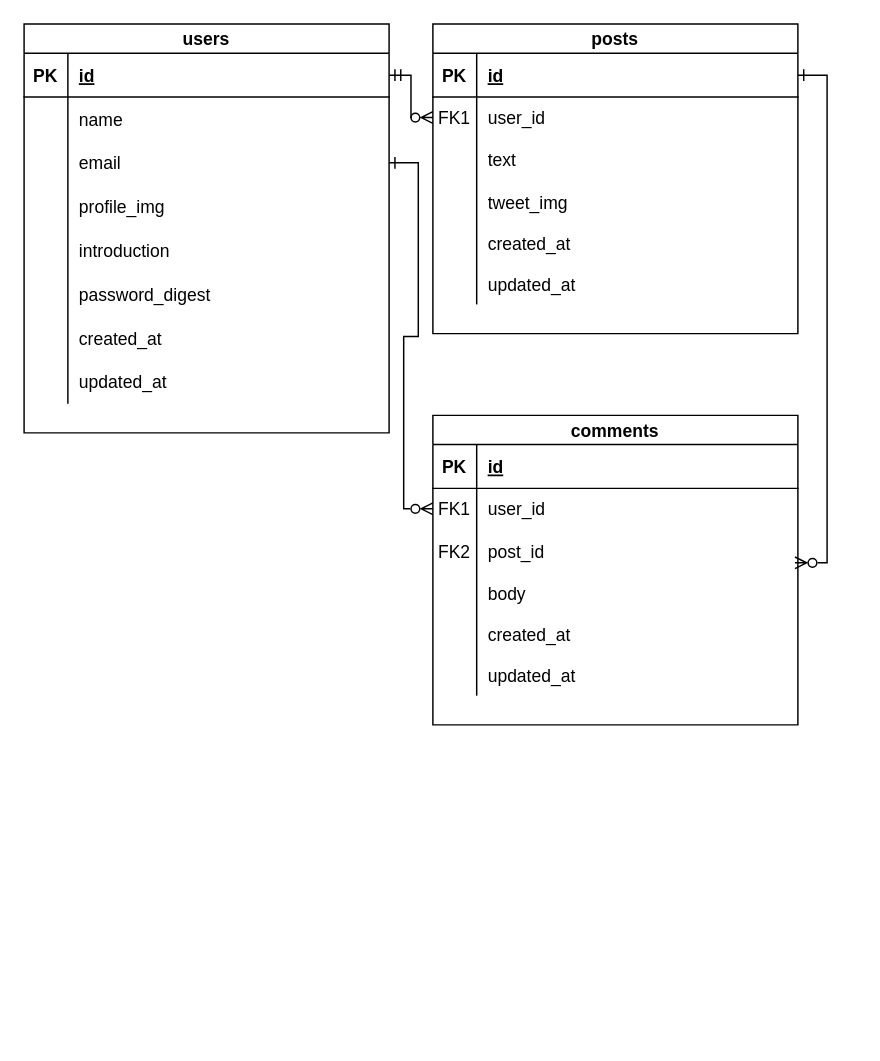
maouske0427/TIL keeps this draw.io diagram as conflict練習/RUNTEQ課題.drawio. Above is the earlier version. Source tidied: cells renumbered, new cells numbered last; positions are measured from the earlier drawing's top-left corner, leaving out a move shared by most shapes. Both pictures are drawn from the tidied source at 146%, with x=0, y=0 at pixel (23, 23).
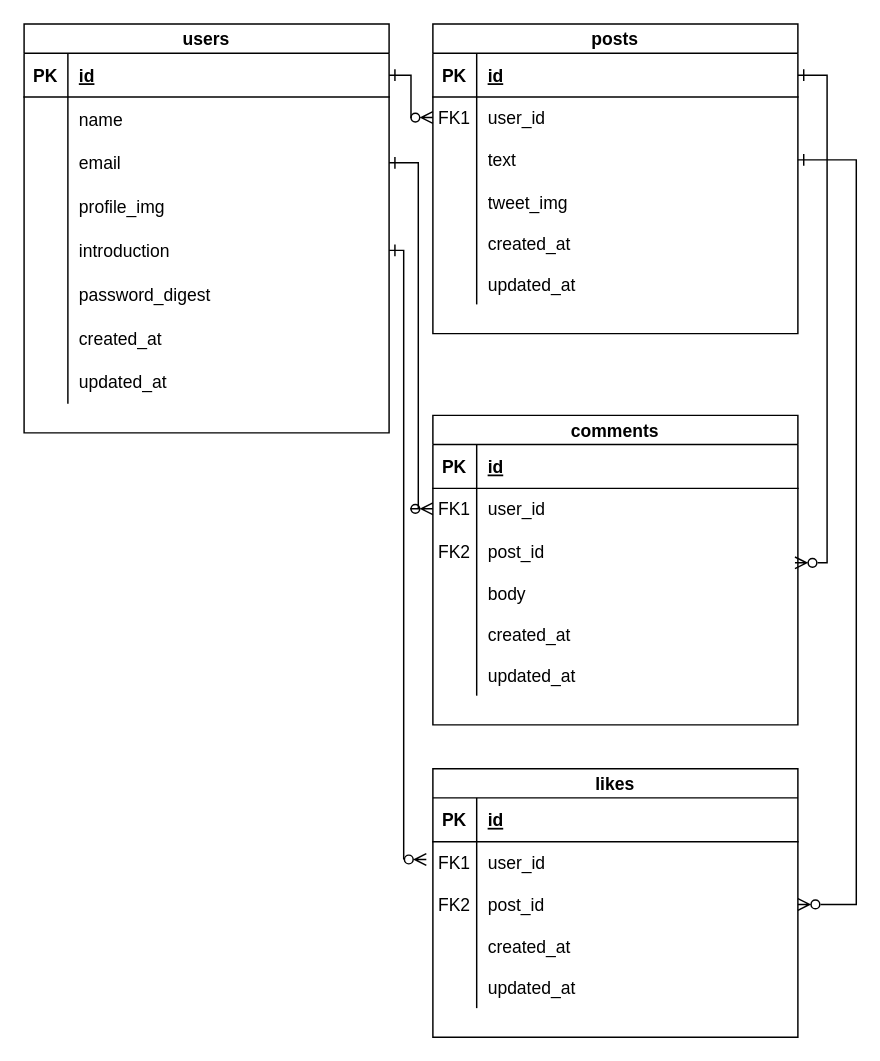
After the change.

Commit message:
RUNTEQ課題.drawio を更新します

Unchanged cells that the change refers to:
```xml
<mxCell id="4" style="shape=partialRectangle;fillColor=none;points=[[0,0.5],[1,0.5]];portConstraint=eastwest;top=0;left=0;right=0;bottom=1;" parent="3" vertex="1">
  <mxGeometry y="20" width="250" height="30" as="geometry" />
</mxCell>
<mxCell id="10" style="shape=partialRectangle;fillColor=none;points=[[0,0.5],[1,0.5]];portConstraint=eastwest;top=0;left=0;right=0;bottom=0;" parent="3" vertex="1">
  <mxGeometry y="80" width="250" height="30" as="geometry" />
</mxCell>
<mxCell id="16" style="shape=partialRectangle;fillColor=none;points=[[0,0.5],[1,0.5]];portConstraint=eastwest;top=0;left=0;right=0;bottom=0;" parent="3" vertex="1">
  <mxGeometry y="140" width="250" height="30" as="geometry" />
</mxCell>
<mxCell id="32" style="shape=partialRectangle;fillColor=none;points=[[0,0.5],[1,0.5]];portConstraint=eastwest;top=0;left=0;right=0;bottom=0;" parent="28" vertex="1">
  <mxGeometry y="50" width="250" height="28" as="geometry" />
</mxCell>
<mxCell id="35" style="shape=partialRectangle;fillColor=none;points=[[0,0.5],[1,0.5]];portConstraint=eastwest;top=0;left=0;right=0;bottom=0;" parent="28" vertex="1">
  <mxGeometry y="78" width="250" height="30" as="geometry" />
</mxCell>
<mxCell id="51" style="shape=partialRectangle;fillColor=none;points=[[0,0.5],[1,0.5]];portConstraint=eastwest;top=0;left=0;right=0;bottom=0;" parent="47" vertex="1">
  <mxGeometry y="50" width="250" height="28" as="geometry" />
</mxCell>
```

Change to the diagram source:
```diff
@@
-    <mxCell id="2" style="edgeStyle=elbowEdgeStyle;rounded=0;jettySize=auto;html=1;entryX=0;entryY=0.5;entryDx=0;entryDy=0;startArrow=ERmandOne;startFill=0;endArrow=ERzeroToMany;endFill=0;exitX=1;exitY=0.5;exitDx=0;exitDy=0;" parent="1" edge="1" source="4" target="32">
+    <mxCell id="2" style="edgeStyle=elbowEdgeStyle;rounded=0;jettySize=auto;html=1;entryX=0;entryY=0.5;entryDx=0;entryDy=0;startArrow=ERone;startFill=0;endArrow=ERzeroToMany;endFill=0;exitX=1;exitY=0.5;exitDx=0;exitDy=0;" parent="1" edge="1" source="4" target="32">
       <mxGeometry relative="1" as="geometry" />
     </mxCell>
@@
     <mxCell id="66" style="edgeStyle=orthogonalEdgeStyle;rounded=0;jettySize=auto;html=1;endArrow=ERzeroToMany;endFill=0;startArrow=ERone;startFill=0;" parent="1" edge="1" source="10" target="51">
-      <mxGeometry relative="1" as="geometry" />
+      <mxGeometry relative="1" as="geometry">
+        <Array as="points">
+          <mxPoint x="270" y="95" />
+          <mxPoint x="270" y="332" />
+        </Array>
+      </mxGeometry>
     </mxCell>
@@
+    <mxCell id="68" value="likes" style="shape=table;startSize=20;childLayout=tableLayout;rowLines=0;fontStyle=1;align=center;" parent="1" vertex="1">
+      <mxGeometry x="280" y="510" width="250" height="184" as="geometry" />
+    </mxCell>
+    <mxCell id="69" style="shape=partialRectangle;fillColor=none;top=0;left=0;right=0;bottom=1;" parent="68" vertex="1">
+      <mxGeometry y="20" width="250" height="30" as="geometry" />
+    </mxCell>
+    <mxCell id="70" value="PK" style="shape=partialRectangle;overflow=hidden;fillColor=none;top=0;left=0;bottom=0;right=0;fontStyle=1;" parent="69" vertex="1">
+      <mxGeometry width="30" height="30" as="geometry" />
+    </mxCell>
+    <mxCell id="71" value="id" style="shape=partialRectangle;overflow=hidden;fillColor=none;top=0;left=0;bottom=0;right=0;align=left;spacingLeft=6;fontStyle=5;" parent="69" vertex="1">
+      <mxGeometry x="30" width="220" height="30" as="geometry" />
+    </mxCell>
+    <mxCell id="72" style="shape=partialRectangle;fillColor=none;points=[[0,0.5],[1,0.5]];portConstraint=eastwest;top=0;left=0;right=0;bottom=0;" parent="68" vertex="1">
+      <mxGeometry y="50" width="250" height="28" as="geometry" />
+    </mxCell>
+    <mxCell id="73" value="FK1" style="shape=partialRectangle;overflow=hidden;fillColor=none;top=0;left=0;bottom=0;right=0;" parent="72" vertex="1">
+      <mxGeometry width="30" height="28" as="geometry" />
+    </mxCell>
+    <mxCell id="74" value="user_id" style="shape=partialRectangle;overflow=hidden;fillColor=none;top=0;left=0;bottom=0;right=0;align=left;spacingLeft=6;" parent="72" vertex="1">
+      <mxGeometry x="30" width="220" height="28" as="geometry" />
+    </mxCell>
+    <mxCell id="75" style="shape=partialRectangle;fillColor=none;points=[[0,0.5],[1,0.5]];portConstraint=eastwest;top=0;left=0;right=0;bottom=0;" parent="68" vertex="1">
+      <mxGeometry y="78" width="250" height="30" as="geometry" />
+    </mxCell>
+    <mxCell id="76" value="FK2" style="shape=partialRectangle;overflow=hidden;fillColor=none;top=0;left=0;bottom=0;right=0;" parent="75" vertex="1">
+      <mxGeometry width="30" height="30" as="geometry" />
+    </mxCell>
+    <mxCell id="77" value="post_id" style="shape=partialRectangle;overflow=hidden;fillColor=none;top=0;left=0;bottom=0;right=0;align=left;spacingLeft=6;" parent="75" vertex="1">
+      <mxGeometry x="30" width="220" height="30" as="geometry" />
+    </mxCell>
+    <mxCell id="78" style="shape=partialRectangle;fillColor=none;top=0;left=0;right=0;bottom=0;" parent="68" vertex="1">
+      <mxGeometry y="108" width="250" height="28" as="geometry" />
+    </mxCell>
+    <mxCell id="79" style="shape=partialRectangle;overflow=hidden;fillColor=none;top=0;left=0;bottom=0;right=0;" parent="78" vertex="1">
+      <mxGeometry width="30" height="28" as="geometry" />
+    </mxCell>
+    <mxCell id="80" value="created_at" style="shape=partialRectangle;overflow=hidden;fillColor=none;top=0;left=0;bottom=0;right=0;align=left;spacingLeft=6;" parent="78" vertex="1">
+      <mxGeometry x="30" width="220" height="28" as="geometry" />
+    </mxCell>
+    <mxCell id="81" style="shape=partialRectangle;fillColor=none;top=0;left=0;right=0;bottom=0;" parent="68" vertex="1">
+      <mxGeometry y="136" width="250" height="28" as="geometry" />
+    </mxCell>
+    <mxCell id="82" style="shape=partialRectangle;overflow=hidden;fillColor=none;top=0;left=0;bottom=0;right=0;" parent="81" vertex="1">
+      <mxGeometry width="30" height="28" as="geometry" />
+    </mxCell>
+    <mxCell id="83" value="updated_at" style="shape=partialRectangle;overflow=hidden;fillColor=none;top=0;left=0;bottom=0;right=0;align=left;spacingLeft=6;" parent="81" vertex="1">
+      <mxGeometry x="30" width="220" height="28" as="geometry" />
+    </mxCell>
+    <mxCell id="84" style="edgeStyle=orthogonalEdgeStyle;rounded=0;jettySize=auto;html=1;entryX=-0.018;entryY=0.436;entryDx=0;entryDy=0;entryPerimeter=0;startArrow=ERone;startFill=0;endArrow=ERzeroToMany;endFill=0;" parent="1" edge="1" source="16" target="72">
+      <mxGeometry relative="1" as="geometry">
+        <Array as="points">
+          <mxPoint x="260" y="155" />
+          <mxPoint x="260" y="572" />
+        </Array>
+      </mxGeometry>
+    </mxCell>
+    <mxCell id="85" style="edgeStyle=orthogonalEdgeStyle;rounded=0;jettySize=auto;html=1;entryX=1;entryY=0.5;entryDx=0;entryDy=0;startArrow=ERone;startFill=0;endArrow=ERzeroToMany;endFill=0;" parent="1" edge="1" source="35" target="75">
+      <mxGeometry relative="1" as="geometry">
+        <Array as="points">
+          <mxPoint x="570" y="93" />
+          <mxPoint x="570" y="603" />
+        </Array>
+      </mxGeometry>
+    </mxCell>
```
